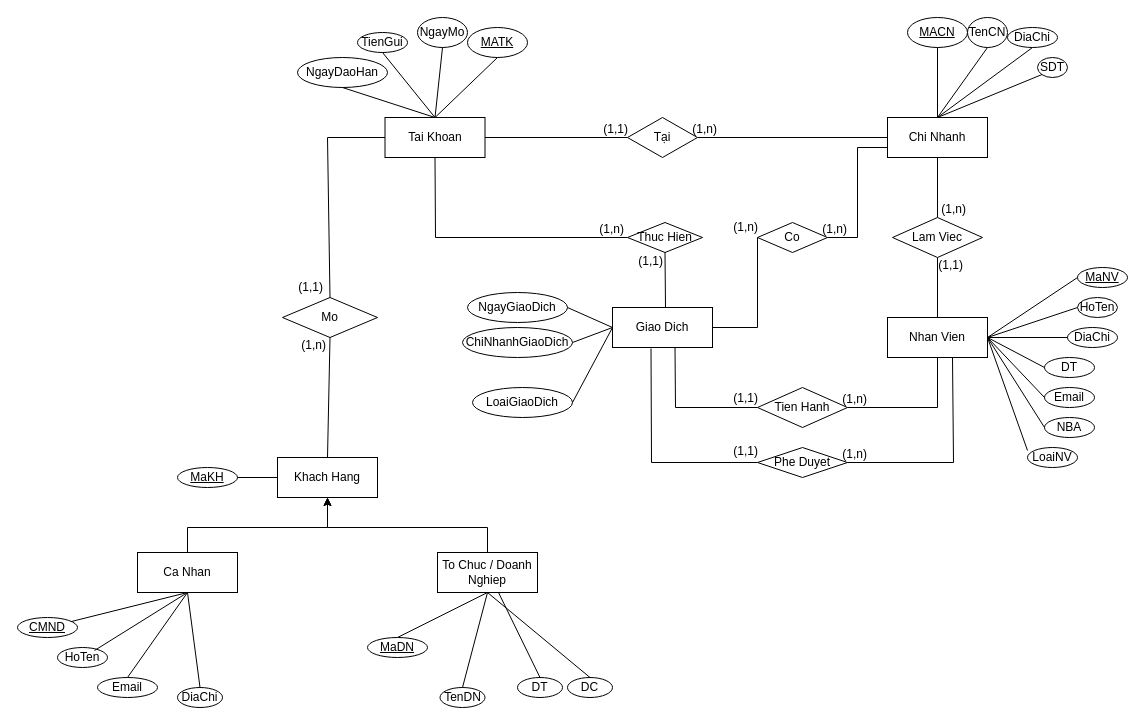
This is page "Page-1" (1 of 2) of Bai03.drawio from duongkz365/Repaired, a draw.io file, before an edit. Source tidied: cells renumbered, new cells numbered last; positions are measured from the earlier drawing's top-left corner, leaving out a move shared by most shapes. Both pictures are drawn from the tidied source at 100%, with x=0, y=0 at pixel (17, 17).
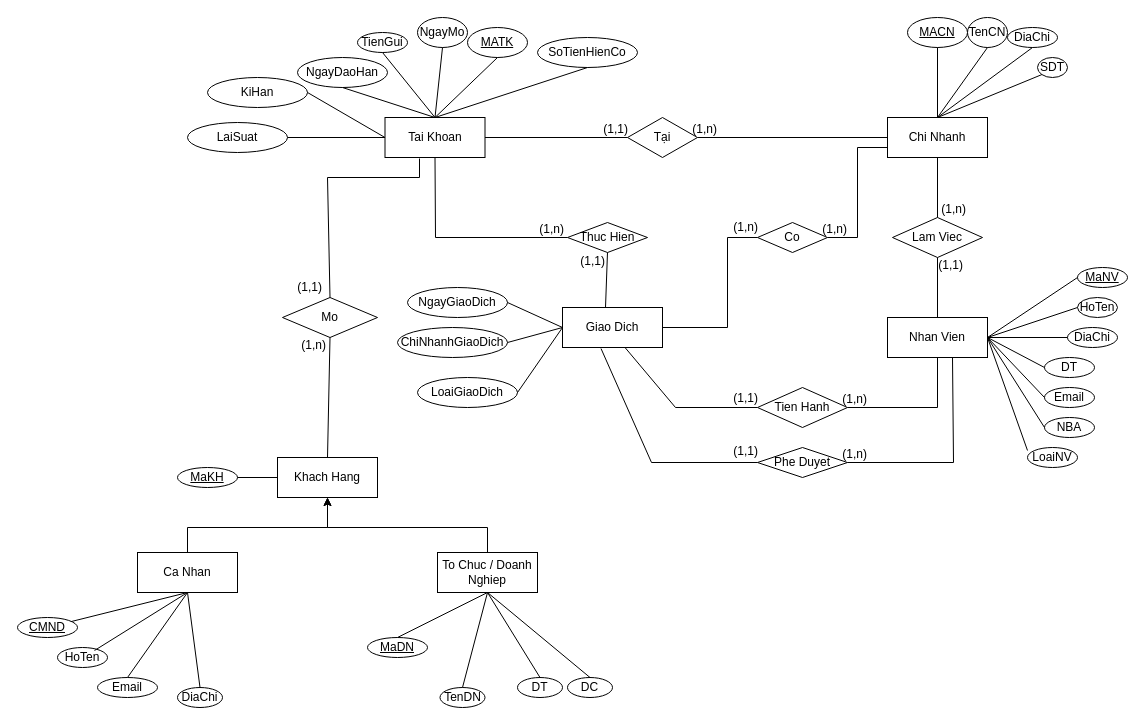
The same diagram, later.

The change refers to these unchanged cells:
```xml
<mxCell id="11" value="Tai Khoan" style="whiteSpace=wrap;html=1;align=center;" parent="1" vertex="1">
  <mxGeometry x="367.5" y="100" width="100" height="40" as="geometry" />
</mxCell>
<mxCell id="37" value="Co" style="shape=rhombus;perimeter=rhombusPerimeter;whiteSpace=wrap;html=1;align=center;" parent="1" vertex="1">
  <mxGeometry x="740" y="205" width="70" height="30" as="geometry" />
</mxCell>
<mxCell id="75" value="Mo" style="shape=rhombus;perimeter=rhombusPerimeter;whiteSpace=wrap;html=1;align=center;" parent="1" vertex="1">
  <mxGeometry x="265" y="280" width="95" height="40" as="geometry" />
</mxCell>
<mxCell id="83" value="To Chuc / Doanh Nghiep" style="whiteSpace=wrap;html=1;align=center;" parent="1" vertex="1">
  <mxGeometry x="420" y="535" width="100" height="40" as="geometry" />
</mxCell>
<mxCell id="94" value="DT" style="ellipse;whiteSpace=wrap;html=1;align=center;" parent="1" vertex="1">
  <mxGeometry x="500" y="660" width="45" height="20" as="geometry" />
</mxCell>
```

Diff of the diagram source:
```diff
@@
     <mxCell id="25" value="Giao Dich" style="whiteSpace=wrap;html=1;align=center;" parent="1" vertex="1">
-      <mxGeometry x="595" y="290" width="100" height="40" as="geometry" />
+      <mxGeometry x="545" y="290" width="100" height="40" as="geometry" />
     </mxCell>
     <mxCell id="26" value="NgayGiaoDich" style="ellipse;whiteSpace=wrap;html=1;align=center;" parent="1" vertex="1">
-      <mxGeometry x="450" y="275" width="100" height="30" as="geometry" />
+      <mxGeometry x="390" y="270" width="100" height="30" as="geometry" />
     </mxCell>
     <mxCell id="27" value="ChiNhanhGiaoDich" style="ellipse;whiteSpace=wrap;html=1;align=center;" parent="1" vertex="1">
-      <mxGeometry x="445" y="310" width="110" height="30" as="geometry" />
+      <mxGeometry x="380" y="310" width="110" height="30" as="geometry" />
     </mxCell>
     <mxCell id="28" value="LoaiGiaoDich" style="ellipse;whiteSpace=wrap;html=1;align=center;" parent="1" vertex="1">
-      <mxGeometry x="455" y="370" width="100" height="30" as="geometry" />
+      <mxGeometry x="400" y="360" width="100" height="30" as="geometry" />
     </mxCell>
@@
     <mxCell id="32" value="Thuc Hien" style="shape=rhombus;perimeter=rhombusPerimeter;whiteSpace=wrap;html=1;align=center;" parent="1" vertex="1">
-      <mxGeometry x="610" y="205" width="75" height="30" as="geometry" />
+      <mxGeometry x="550" y="205" width="80" height="30" as="geometry" />
     </mxCell>
@@
     <mxCell id="35" style="endArrow=none;html=1;rounded=0;entryX=0.5;entryY=1;entryDx=0;entryDy=0;" parent="1" edge="1" target="32">
       <mxGeometry relative="1" as="geometry">
-        <mxPoint x="648" y="290" as="sourcePoint" />
+        <mxPoint x="588" y="290" as="sourcePoint" />
       </mxGeometry>
     </mxCell>
@@
     <mxCell id="40" style="endArrow=none;html=1;rounded=0;entryX=0;entryY=0.5;entryDx=0;entryDy=0;exitX=1;exitY=0.5;exitDx=0;exitDy=0;" parent="1" edge="1" source="25" target="37">
       <mxGeometry relative="1" as="geometry">
         <Array as="points">
-          <mxPoint x="740" y="310" />
+          <mxPoint x="710" y="310" />
+          <mxPoint x="710" y="220" />
         </Array>
       </mxGeometry>
     </mxCell>
@@
-    <mxCell id="76" style="endArrow=none;html=1;rounded=0;entryX=0.5;entryY=0;entryDx=0;entryDy=0;exitX=0;exitY=0.5;exitDx=0;exitDy=0;" parent="1" edge="1" source="11" target="75">
+    <mxCell id="76" style="endArrow=none;html=1;rounded=0;entryX=0.5;entryY=0;entryDx=0;entryDy=0;exitX=0.345;exitY=1.025;exitDx=0;exitDy=0;exitPerimeter=0;" parent="1" edge="1" source="11" target="75">
       <mxGeometry relative="1" as="geometry">
         <Array as="points">
-          <mxPoint x="310" y="120" />
+          <mxPoint x="402" y="160" />
+          <mxPoint x="310" y="160" />
         </Array>
       </mxGeometry>
     </mxCell>
@@
-    <mxCell id="98" style="endArrow=none;html=1;rounded=0;exitX=0.5;exitY=0;exitDx=0;exitDy=0;entryX=0.61;entryY=1;entryDx=0;entryDy=0;entryPerimeter=0;" parent="1" edge="1" source="94" target="83">
+    <mxCell id="98" style="endArrow=none;html=1;rounded=0;exitX=0.5;exitY=0;exitDx=0;exitDy=0;entryX=0.5;entryY=1;entryDx=0;entryDy=0;" parent="1" edge="1" source="94" target="83">
       <mxGeometry relative="1" as="geometry" />
     </mxCell>
@@
+    <mxCell id="100" value="SoTienHienCo" style="ellipse;whiteSpace=wrap;html=1;align=center;" parent="1" vertex="1">
+      <mxGeometry x="520" y="20" width="100" height="30" as="geometry" />
+    </mxCell>
+    <mxCell id="101" value="KiHan" style="ellipse;whiteSpace=wrap;html=1;align=center;" parent="1" vertex="1">
+      <mxGeometry x="190" y="60" width="100" height="30" as="geometry" />
+    </mxCell>
+    <mxCell id="102" value="LaiSuat" style="ellipse;whiteSpace=wrap;html=1;align=center;" parent="1" vertex="1">
+      <mxGeometry x="170" y="105" width="100" height="30" as="geometry" />
+    </mxCell>
+    <mxCell id="103" style="endArrow=none;html=1;rounded=0;exitX=1;exitY=0.5;exitDx=0;exitDy=0;entryX=0;entryY=0.5;entryDx=0;entryDy=0;" parent="1" edge="1" source="101" target="11">
+      <mxGeometry relative="1" as="geometry" />
+    </mxCell>
+    <mxCell id="104" style="endArrow=none;html=1;rounded=0;exitX=1;exitY=0.5;exitDx=0;exitDy=0;entryX=0;entryY=0.5;entryDx=0;entryDy=0;" parent="1" edge="1" source="102" target="11">
+      <mxGeometry relative="1" as="geometry" />
+    </mxCell>
+    <mxCell id="105" style="endArrow=none;html=1;rounded=0;exitX=0.5;exitY=0;exitDx=0;exitDy=0;entryX=0.5;entryY=1;entryDx=0;entryDy=0;" parent="1" edge="1" source="11" target="100">
+      <mxGeometry relative="1" as="geometry" />
+    </mxCell>
```
